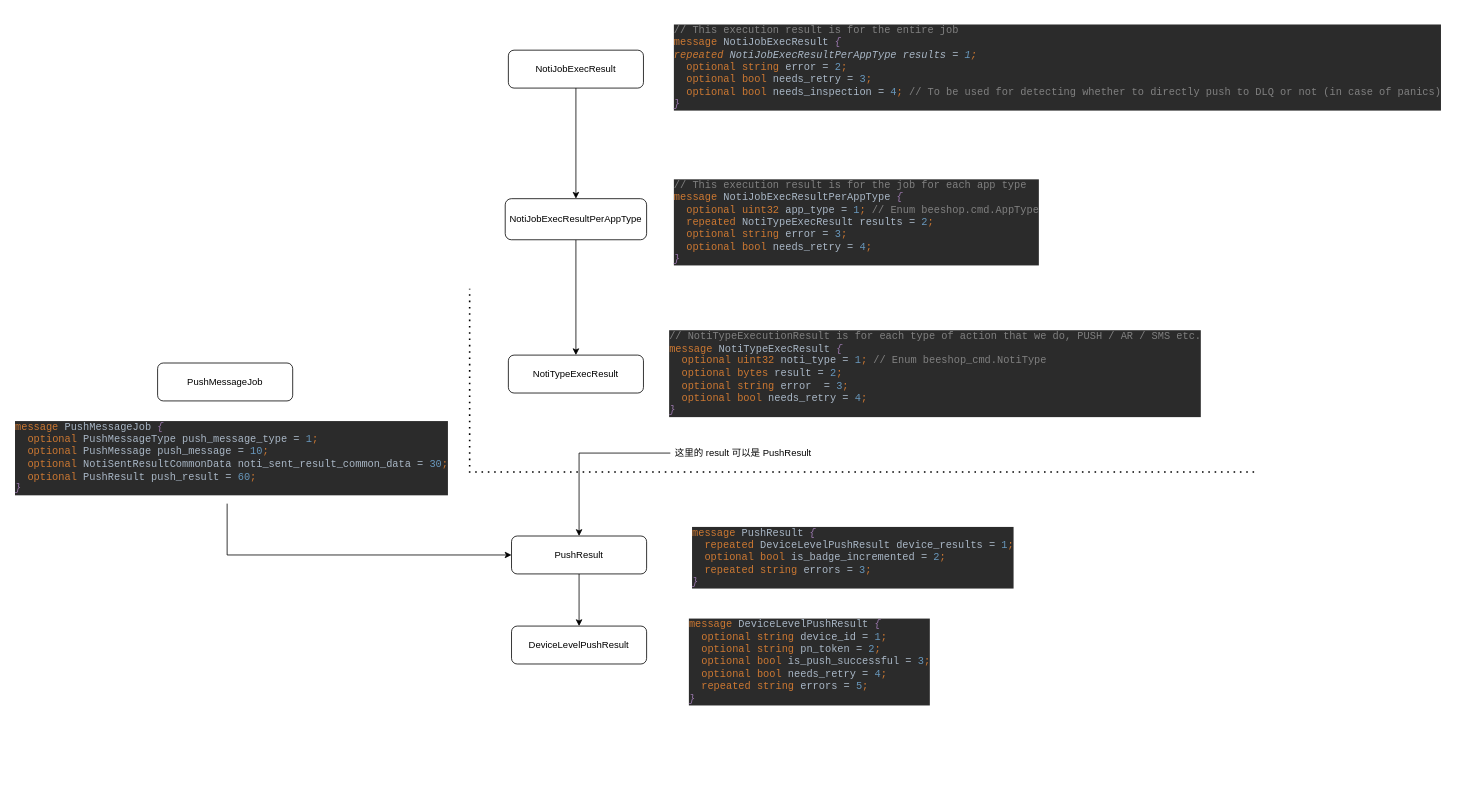
floatLig/drow.io keeps this draw.io diagram as page "Create new consumer for PN" (3 of 4) of Untitled Diagram.drawio. Above is the earlier version. Source tidied: cells renumbered, new cells numbered last; positions are measured from the earlier drawing's top-left corner, leaving out a move shared by most shapes. Both pictures are drawn from the tidied source at 79%, with x=0, y=0 at pixel (13, 27).
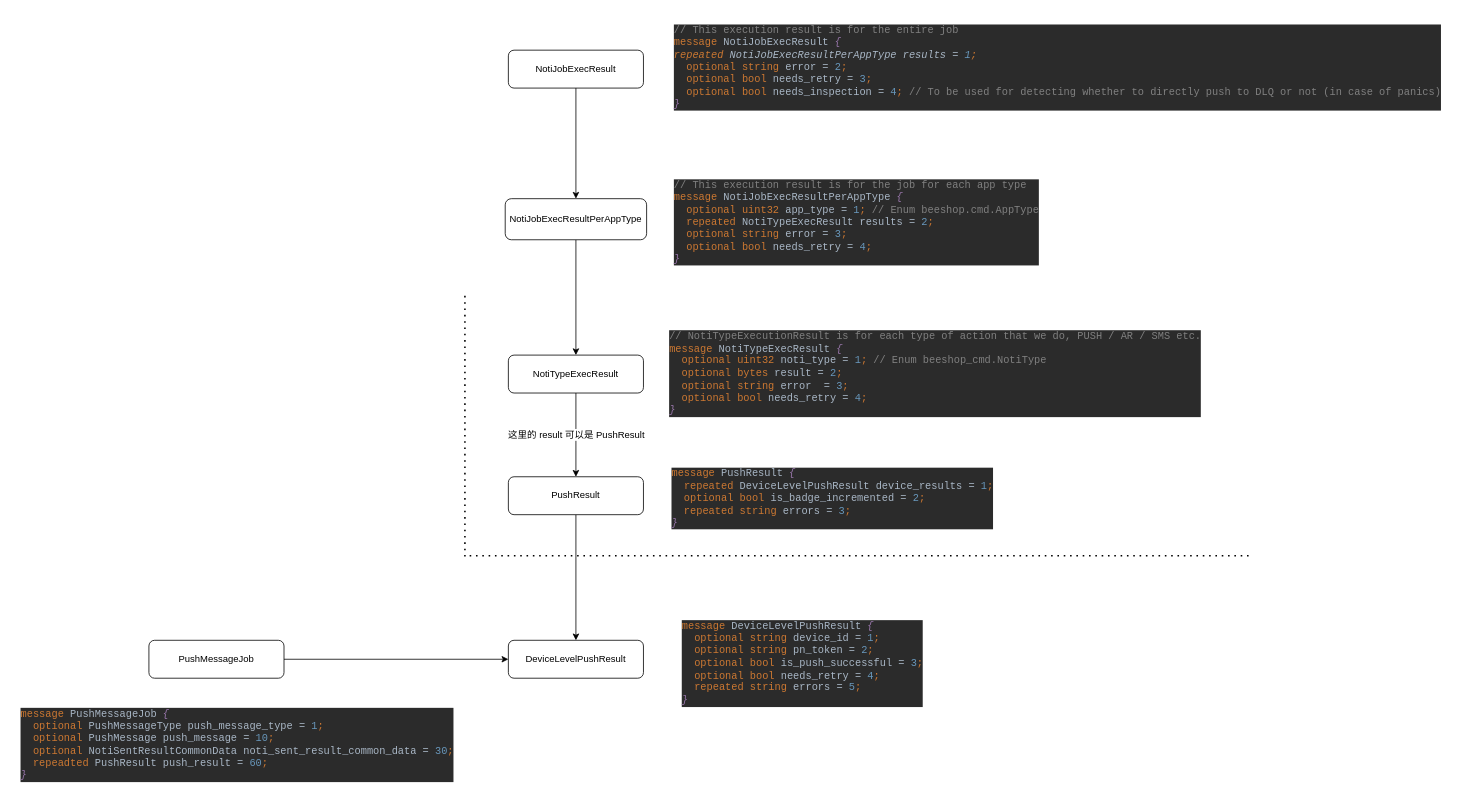
The same page after the edit.

Unchanged cells that the change refers to:
```xml
<mxCell id="6" value="NotiTypeExecResult" style="rounded=1;whiteSpace=wrap;html=1;" parent="1" vertex="1">
  <mxGeometry x="626" y="415" width="171" height="48" as="geometry" />
</mxCell>
```

The edit, as a diff of the source:
```diff
@@
+    <mxCell id="17" value="&lt;span style=&quot;font-size: 12px&quot;&gt;这里的 result 可以是 PushResult&lt;/span&gt;" style="edgeStyle=orthogonalEdgeStyle;rounded=0;jettySize=auto;html=1;exitX=0.5;exitY=1;exitDx=0;exitDy=0;entryX=0.5;entryY=0;entryDx=0;entryDy=0;" parent="1" edge="1" source="6" target="12">
+      <mxGeometry relative="1" as="geometry" />
+    </mxCell>
@@
     <mxCell id="10" style="endArrow=none;dashed=1;html=1;dashPattern=1 3;strokeWidth=2;" parent="1" edge="1">
       <mxGeometry relative="1" as="geometry">
-        <mxPoint x="584" y="563" as="sourcePoint" />
-        <mxPoint x="1576" y="563" as="targetPoint" />
+        <mxPoint x="577" y="669" as="sourcePoint" />
+        <mxPoint x="1569" y="669" as="targetPoint" />
       </mxGeometry>
     </mxCell>
@@
     <mxCell id="12" value="PushResult" style="rounded=1;whiteSpace=wrap;html=1;" parent="1" vertex="1">
-      <mxGeometry x="630" y="644" width="171" height="48" as="geometry" />
+      <mxGeometry x="626" y="569" width="171" height="48" as="geometry" />
     </mxCell>
     <mxCell id="13" value="DeviceLevelPushResult" style="rounded=1;whiteSpace=wrap;html=1;" parent="1" vertex="1">
-      <mxGeometry x="630" y="758" width="171" height="48" as="geometry" />
+      <mxGeometry x="626" y="776" width="171" height="48" as="geometry" />
     </mxCell>
     <mxCell id="14" value="&lt;pre style=&quot;background-color: #2b2b2b ; color: #a9b7c6 ; font-family: &amp;quot;jetbrains mono&amp;quot; , monospace ; font-size: 9.8pt&quot;&gt;&lt;span style=&quot;color: #cc7832&quot;&gt;message &lt;/span&gt;PushResult &lt;span style=&quot;color: #9876aa ; font-style: italic&quot;&gt;{&lt;br&gt;&lt;/span&gt;&lt;span style=&quot;color: #9876aa ; font-style: italic&quot;&gt;  &lt;/span&gt;&lt;span style=&quot;color: #cc7832&quot;&gt;repeated &lt;/span&gt;DeviceLevelPushResult device_results = &lt;span style=&quot;color: #6897bb&quot;&gt;1&lt;/span&gt;&lt;span style=&quot;color: #cc7832&quot;&gt;;&lt;br&gt;&lt;/span&gt;&lt;span style=&quot;color: #cc7832&quot;&gt;  optional bool &lt;/span&gt;is_badge_incremented = &lt;span style=&quot;color: #6897bb&quot;&gt;2&lt;/span&gt;&lt;span style=&quot;color: #cc7832&quot;&gt;;&lt;br&gt;&lt;/span&gt;&lt;span style=&quot;color: #cc7832&quot;&gt;  repeated string &lt;/span&gt;errors = &lt;span style=&quot;color: #6897bb&quot;&gt;3&lt;/span&gt;&lt;span style=&quot;color: #cc7832&quot;&gt;;&lt;br&gt;&lt;/span&gt;&lt;span style=&quot;color: #9876aa ; font-style: italic&quot;&gt;}&lt;/span&gt;&lt;/pre&gt;" style="text;whiteSpace=wrap;html=1;" parent="1" vertex="1">
-      <mxGeometry x="857" y="613" width="428" height="110" as="geometry" />
+      <mxGeometry x="831" y="538" width="428" height="110" as="geometry" />
     </mxCell>
     <mxCell id="15" value="&lt;pre style=&quot;background-color: #2b2b2b ; color: #a9b7c6 ; font-family: &amp;quot;jetbrains mono&amp;quot; , monospace ; font-size: 9.8pt&quot;&gt;&lt;span style=&quot;color: #cc7832&quot;&gt;message &lt;/span&gt;DeviceLevelPushResult &lt;span style=&quot;color: #9876aa ; font-style: italic&quot;&gt;{&lt;br&gt;&lt;/span&gt;&lt;span style=&quot;color: #9876aa ; font-style: italic&quot;&gt;  &lt;/span&gt;&lt;span style=&quot;color: #cc7832&quot;&gt;optional string &lt;/span&gt;device_id = &lt;span style=&quot;color: #6897bb&quot;&gt;1&lt;/span&gt;&lt;span style=&quot;color: #cc7832&quot;&gt;;&lt;br&gt;&lt;/span&gt;&lt;span style=&quot;color: #cc7832&quot;&gt;  optional string &lt;/span&gt;pn_token = &lt;span style=&quot;color: #6897bb&quot;&gt;2&lt;/span&gt;&lt;span style=&quot;color: #cc7832&quot;&gt;;&lt;br&gt;&lt;/span&gt;&lt;span style=&quot;color: #cc7832&quot;&gt;  optional bool &lt;/span&gt;is_push_successful = &lt;span style=&quot;color: #6897bb&quot;&gt;3&lt;/span&gt;&lt;span style=&quot;color: #cc7832&quot;&gt;;&lt;br&gt;&lt;/span&gt;&lt;span style=&quot;color: #cc7832&quot;&gt;  optional bool &lt;/span&gt;needs_retry = &lt;span style=&quot;color: #6897bb&quot;&gt;4&lt;/span&gt;&lt;span style=&quot;color: #cc7832&quot;&gt;;&lt;br&gt;&lt;/span&gt;&lt;span style=&quot;color: #cc7832&quot;&gt;  repeated string &lt;/span&gt;errors = &lt;span style=&quot;color: #6897bb&quot;&gt;5&lt;/span&gt;&lt;span style=&quot;color: #cc7832&quot;&gt;;&lt;br&gt;&lt;/span&gt;&lt;span style=&quot;color: #9876aa ; font-style: italic&quot;&gt;}&lt;/span&gt;&lt;/pre&gt;" style="text;whiteSpace=wrap;html=1;" parent="1" vertex="1">
-      <mxGeometry x="853" y="729" width="326" height="138" as="geometry" />
+      <mxGeometry x="844" y="731" width="326" height="138" as="geometry" />
     </mxCell>
-    <mxCell id="16" style="edgeStyle=orthogonalEdgeStyle;rounded=0;jettySize=auto;html=1;entryX=0.5;entryY=0;entryDx=0;entryDy=0;" parent="1" edge="1" source="17" target="12">
-      <mxGeometry relative="1" as="geometry" />
-    </mxCell>
-    <mxCell id="17" value="这里的 result 可以是 PushResult" style="text;html=1;align=center;verticalAlign=middle;points=[];strokeColor=none;fillColor=none;" parent="1" vertex="1">
-      <mxGeometry x="831" y="530" width="183" height="18" as="geometry" />
-    </mxCell>
     <mxCell id="18" style="endArrow=none;dashed=1;html=1;dashPattern=1 3;strokeWidth=2;" parent="1" edge="1">
       <mxGeometry relative="1" as="geometry">
-        <mxPoint x="577" y="564" as="sourcePoint" />
-        <mxPoint x="577" y="331" as="targetPoint" />
+        <mxPoint x="571" y="670" as="sourcePoint" />
+        <mxPoint x="571" y="334" as="targetPoint" />
       </mxGeometry>
     </mxCell>
-    <mxCell id="19" style="edgeStyle=orthogonalEdgeStyle;rounded=0;jettySize=auto;html=1;exitX=0.5;exitY=1;exitDx=0;exitDy=0;entryX=0;entryY=0.5;entryDx=0;entryDy=0;" parent="1" edge="1" source="20" target="12">
+    <mxCell id="19" style="edgeStyle=orthogonalEdgeStyle;rounded=0;jettySize=auto;html=1;exitX=1;exitY=0.5;exitDx=0;exitDy=0;entryX=0;entryY=0.5;entryDx=0;entryDy=0;" parent="1" edge="1" source="21" target="13">
       <mxGeometry relative="1" as="geometry" />
     </mxCell>
-    <mxCell id="20" value="&lt;pre style=&quot;background-color: #2b2b2b ; color: #a9b7c6 ; font-family: &amp;quot;jetbrains mono&amp;quot; , monospace ; font-size: 9.8pt&quot;&gt;&lt;span style=&quot;color: #cc7832&quot;&gt;message &lt;/span&gt;PushMessageJob &lt;span style=&quot;color: #9876aa ; font-style: italic&quot;&gt;{&lt;br&gt;&lt;/span&gt;&lt;span style=&quot;color: #9876aa ; font-style: italic&quot;&gt;  &lt;/span&gt;&lt;span style=&quot;color: #cc7832&quot;&gt;optional &lt;/span&gt;PushMessageType push_message_type = &lt;span style=&quot;color: #6897bb&quot;&gt;1&lt;/span&gt;&lt;span style=&quot;color: #cc7832&quot;&gt;;&lt;br&gt;&lt;/span&gt;&lt;span style=&quot;color: #cc7832&quot;&gt;  optional &lt;/span&gt;PushMessage push_message = &lt;span style=&quot;color: #6897bb&quot;&gt;10&lt;/span&gt;&lt;span style=&quot;color: #cc7832&quot;&gt;;&lt;br&gt;&lt;/span&gt;&lt;span style=&quot;color: #cc7832&quot;&gt;  optional &lt;/span&gt;NotiSentResultCommonData noti_sent_result_common_data = &lt;span style=&quot;color: #6897bb&quot;&gt;30&lt;/span&gt;&lt;span style=&quot;color: #cc7832&quot;&gt;;&lt;br&gt;&lt;/span&gt;&lt;span style=&quot;color: #cc7832&quot;&gt;  optional &lt;/span&gt;PushResult push_result = &lt;span style=&quot;color: #6897bb&quot;&gt;60&lt;/span&gt;&lt;span style=&quot;color: #cc7832&quot;&gt;;&lt;br&gt;&lt;/span&gt;&lt;span style=&quot;color: #9876aa ; font-style: italic&quot;&gt;}&lt;br&gt;&lt;/span&gt;&lt;/pre&gt;" style="text;whiteSpace=wrap;html=1;" parent="1" vertex="1">
-      <mxGeometry y="479" width="540" height="124" as="geometry" />
+    <mxCell id="20" value="&lt;pre style=&quot;background-color: #2b2b2b ; color: #a9b7c6 ; font-family: &amp;#34;jetbrains mono&amp;#34; , monospace ; font-size: 9.8pt&quot;&gt;&lt;span style=&quot;color: #cc7832&quot;&gt;message &lt;/span&gt;PushMessageJob &lt;span style=&quot;color: #9876aa ; font-style: italic&quot;&gt;{&lt;br&gt;&lt;/span&gt;&lt;span style=&quot;color: #9876aa ; font-style: italic&quot;&gt;  &lt;/span&gt;&lt;span style=&quot;color: #cc7832&quot;&gt;optional &lt;/span&gt;PushMessageType push_message_type = &lt;span style=&quot;color: #6897bb&quot;&gt;1&lt;/span&gt;&lt;span style=&quot;color: #cc7832&quot;&gt;;&lt;br&gt;&lt;/span&gt;&lt;span style=&quot;color: #cc7832&quot;&gt;  optional &lt;/span&gt;PushMessage push_message = &lt;span style=&quot;color: #6897bb&quot;&gt;10&lt;/span&gt;&lt;span style=&quot;color: #cc7832&quot;&gt;;&lt;br&gt;&lt;/span&gt;&lt;span style=&quot;color: #cc7832&quot;&gt;  optional &lt;/span&gt;NotiSentResultCommonData noti_sent_result_common_data = &lt;span style=&quot;color: #6897bb&quot;&gt;30&lt;/span&gt;&lt;span style=&quot;color: #cc7832&quot;&gt;;&lt;br&gt;&lt;/span&gt;&lt;span style=&quot;color: #cc7832&quot;&gt;  repeadted &lt;/span&gt;PushResult push_result = &lt;span style=&quot;color: #6897bb&quot;&gt;60&lt;/span&gt;&lt;span style=&quot;color: #cc7832&quot;&gt;;&lt;br&gt;&lt;/span&gt;&lt;span style=&quot;color: #9876aa ; font-style: italic&quot;&gt;}&lt;br&gt;&lt;/span&gt;&lt;/pre&gt;" style="text;whiteSpace=wrap;html=1;" parent="1" vertex="1">
+      <mxGeometry x="7" y="842" width="540" height="124" as="geometry" />
     </mxCell>
     <mxCell id="21" value="PushMessageJob" style="rounded=1;whiteSpace=wrap;html=1;" parent="1" vertex="1">
-      <mxGeometry x="182" y="425" width="171" height="48" as="geometry" />
+      <mxGeometry x="171" y="776" width="171" height="48" as="geometry" />
     </mxCell>
```
